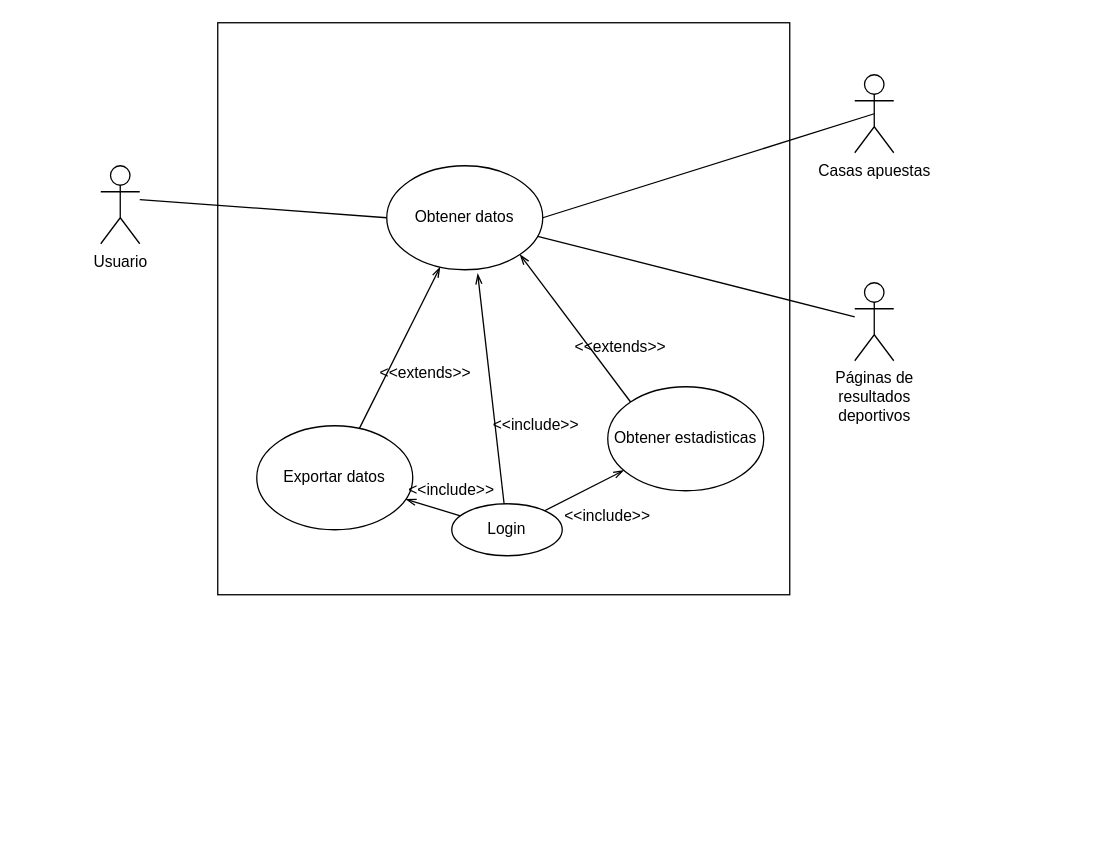
Above: Casos_de_uso.drawio in JCAMRO5/Datos_deportivos (draw.io), before the change. Source tidied: cells renumbered, new cells numbered last; positions are measured from the earlier drawing's top-left corner, leaving out a move shared by most shapes. Both pictures are drawn from the tidied source at 130%, with x=0, y=0 at pixel (100, 22).
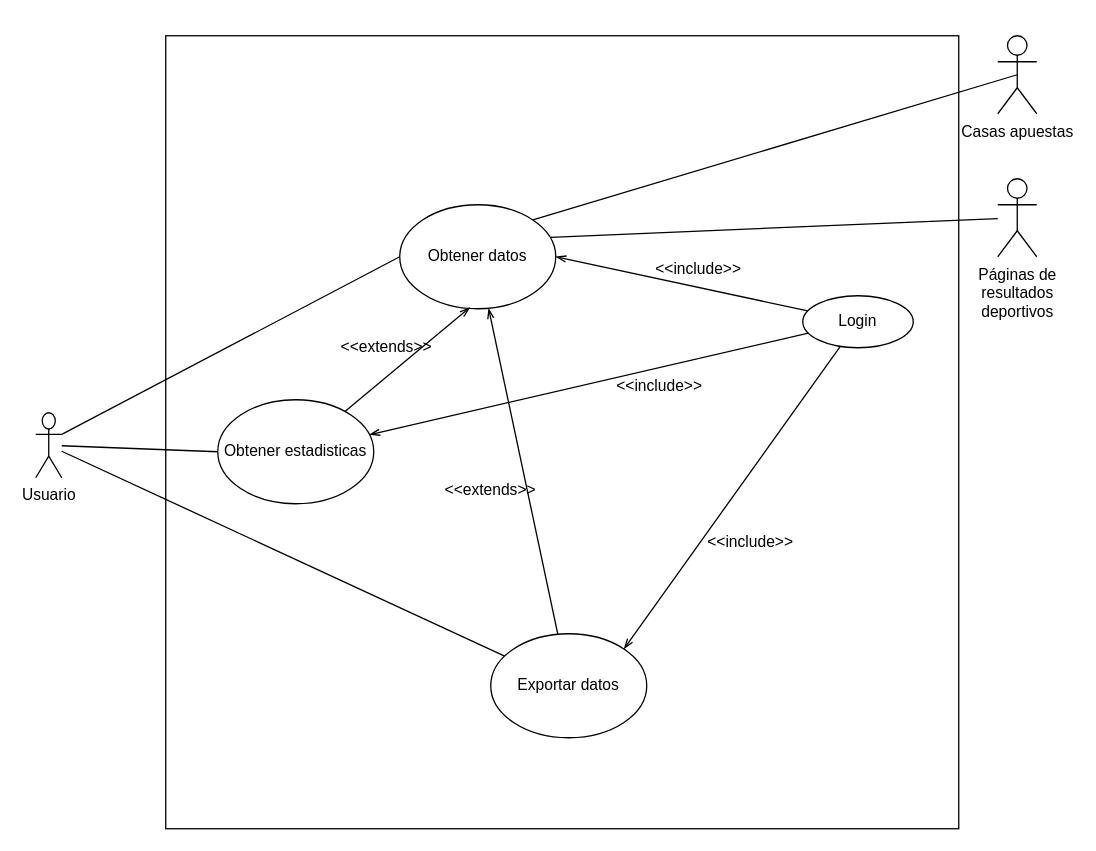
The same page after the edit.

Change to the diagram source:
```diff
@@
     <mxCell id="2" style="whiteSpace=wrap;html=1;fillColor=none;" parent="1" vertex="1">
-      <mxGeometry x="90" width="440" height="440" as="geometry" />
+      <mxGeometry x="50" y="10" width="610" height="610" as="geometry" />
     </mxCell>
-    <mxCell id="3" style="edgeStyle=none;rounded=0;jettySize=auto;html=1;entryX=0;entryY=0.5;entryDx=0;entryDy=0;endArrow=none;endFill=0;" parent="1" edge="1" target="7">
-      <mxGeometry relative="1" as="geometry">
-        <mxPoint x="30" y="136" as="sourcePoint" />
-      </mxGeometry>
+    <mxCell id="3" style="edgeStyle=none;rounded=0;jettySize=auto;html=1;entryX=0;entryY=0.5;entryDx=0;entryDy=0;endArrow=none;endFill=0;exitX=1;exitY=0.3333333333333333;exitDx=0;exitDy=0;exitPerimeter=0;" parent="1" edge="1" source="5" target="7">
+      <mxGeometry relative="1" as="geometry" />
     </mxCell>
@@
+    <mxCell id="23" style="edgeStyle=none;rounded=0;jettySize=auto;html=1;endArrow=none;endFill=0;" parent="1" edge="1" source="5" target="11">
+      <mxGeometry relative="1" as="geometry" />
+    </mxCell>
+    <mxCell id="24" style="edgeStyle=none;rounded=0;jettySize=auto;html=1;endArrow=none;endFill=0;entryX=0;entryY=0.5;entryDx=0;entryDy=0;" parent="1" edge="1" source="5" target="13">
+      <mxGeometry relative="1" as="geometry" />
+    </mxCell>
     <mxCell id="5" value="Usuario" style="shape=umlActor;verticalLabelPosition=bottom;labelBackgroundColor=#ffffff;verticalAlign=top;html=1;outlineConnect=0;" parent="1" vertex="1">
-      <mxGeometry y="110" width="30" height="60" as="geometry" />
+      <mxGeometry x="-50" y="300" width="20" height="50" as="geometry" />
     </mxCell>
-    <mxCell id="6" style="edgeStyle=none;rounded=0;jettySize=auto;html=1;exitX=1;exitY=0.5;exitDx=0;exitDy=0;entryX=0.5;entryY=0.5;entryDx=0;entryDy=0;entryPerimeter=0;endArrow=none;endFill=0;" parent="1" edge="1" source="7" target="8">
+    <mxCell id="6" style="edgeStyle=none;rounded=0;jettySize=auto;html=1;exitX=1;exitY=0;exitDx=0;exitDy=0;entryX=0.5;entryY=0.5;entryDx=0;entryDy=0;entryPerimeter=0;endArrow=none;endFill=0;" parent="1" edge="1" source="7" target="8">
       <mxGeometry relative="1" as="geometry" />
     </mxCell>
     <mxCell id="7" value="Obtener datos" style="ellipse;whiteSpace=wrap;html=1;" parent="1" vertex="1">
-      <mxGeometry x="220" y="110" width="120" height="80" as="geometry" />
+      <mxGeometry x="230" y="140" width="120" height="80" as="geometry" />
     </mxCell>
     <mxCell id="8" value="Casas apuestas" style="shape=umlActor;verticalLabelPosition=bottom;labelBackgroundColor=#ffffff;verticalAlign=top;html=1;outlineConnect=0;" parent="1" vertex="1">
-      <mxGeometry x="580" y="40" width="30" height="60" as="geometry" />
+      <mxGeometry x="690" y="10" width="30" height="60" as="geometry" />
     </mxCell>
-    <mxCell id="9" style="edgeStyle=none;rounded=0;jettySize=auto;html=1;endArrow=none;endFill=0;" parent="1" edge="1" source="10" target="7">
+    <mxCell id="9" style="edgeStyle=none;rounded=0;jettySize=auto;html=1;endArrow=none;endFill=0;entryX=0.967;entryY=0.313;entryDx=0;entryDy=0;entryPerimeter=0;" parent="1" edge="1" source="10" target="7">
       <mxGeometry relative="1" as="geometry" />
     </mxCell>
     <mxCell id="10" value="&lt;div&gt;Páginas de &lt;br&gt;&lt;/div&gt;&lt;div&gt;resultados &lt;br&gt;&lt;/div&gt;&lt;div&gt;deportivos&lt;/div&gt;" style="shape=umlActor;verticalLabelPosition=bottom;labelBackgroundColor=#ffffff;verticalAlign=top;html=1;outlineConnect=0;" parent="1" vertex="1">
-      <mxGeometry x="580" y="200" width="30" height="60" as="geometry" />
+      <mxGeometry x="690" y="120" width="30" height="60" as="geometry" />
     </mxCell>
     <mxCell id="11" value="Exportar datos" style="ellipse;whiteSpace=wrap;html=1;" parent="1" vertex="1">
-      <mxGeometry x="120" y="310" width="120" height="80" as="geometry" />
+      <mxGeometry x="300" y="470" width="120" height="80" as="geometry" />
     </mxCell>
-    <mxCell id="12" style="rounded=0;jettySize=auto;html=1;exitX=0;exitY=0;exitDx=0;exitDy=0;endArrow=openThin;endFill=0;entryX=1;entryY=1;entryDx=0;entryDy=0;" parent="1" edge="1" source="13" target="7">
+    <mxCell id="12" style="rounded=0;jettySize=auto;html=1;endArrow=openThin;endFill=0;entryX=0.45;entryY=0.988;entryDx=0;entryDy=0;entryPerimeter=0;" parent="1" edge="1" source="13" target="7">
       <mxGeometry relative="1" as="geometry" />
     </mxCell>
     <mxCell id="13" value="Obtener estadisticas" style="ellipse;whiteSpace=wrap;html=1;" parent="1" vertex="1">
-      <mxGeometry x="390" y="280" width="120" height="80" as="geometry" />
+      <mxGeometry x="90" y="290" width="120" height="80" as="geometry" />
     </mxCell>
     <mxCell id="14" value="&amp;lt;&amp;lt;extends&amp;gt;&amp;gt;" style="text;html=1;strokeColor=none;fillColor=none;align=center;verticalAlign=middle;whiteSpace=wrap;rounded=0;" parent="1" vertex="1">
-      <mxGeometry x="380" y="240" width="40" height="20" as="geometry" />
+      <mxGeometry x="280" y="350" width="40" height="20" as="geometry" />
     </mxCell>
     <mxCell id="15" value="&amp;lt;&amp;lt;extends&amp;gt;&amp;gt;" style="text;html=1;strokeColor=none;fillColor=none;align=center;verticalAlign=middle;whiteSpace=wrap;rounded=0;" parent="1" vertex="1">
-      <mxGeometry x="230" y="260" width="40" height="20" as="geometry" />
+      <mxGeometry x="200" y="240" width="40" height="20" as="geometry" />
     </mxCell>
-    <mxCell id="16" style="rounded=0;jettySize=auto;html=1;startArrow=none;startFill=0;endArrow=openThin;endFill=0;entryX=0.583;entryY=1.038;entryDx=0;entryDy=0;entryPerimeter=0;" parent="1" edge="1" source="19" target="7">
+    <mxCell id="16" style="rounded=0;jettySize=auto;html=1;startArrow=none;startFill=0;endArrow=openThin;endFill=0;entryX=1;entryY=0.5;entryDx=0;entryDy=0;" parent="1" edge="1" source="19" target="7">
       <mxGeometry relative="1" as="geometry" />
     </mxCell>
-    <mxCell id="17" style="rounded=0;jettySize=auto;html=1;endArrow=openThin;endFill=0;" parent="1" edge="1" source="19" target="11">
-      <mxGeometry relative="1" as="geometry" />
-    </mxCell>
@@
     <mxCell id="19" value="Login" style="ellipse;whiteSpace=wrap;html=1;fillColor=none;" parent="1" vertex="1">
-      <mxGeometry x="270" y="370" width="85" height="40" as="geometry" />
+      <mxGeometry x="540" y="210" width="85" height="40" as="geometry" />
     </mxCell>
     <mxCell id="20" value="&amp;lt;&amp;lt;include&amp;gt;&amp;gt;" style="text;html=1;strokeColor=none;fillColor=none;align=center;verticalAlign=middle;whiteSpace=wrap;rounded=0;" parent="1" vertex="1">
-      <mxGeometry x="315" y="300" width="40" height="20" as="geometry" />
+      <mxGeometry x="440" y="180" width="40" height="20" as="geometry" />
     </mxCell>
+    <mxCell id="22" value="&amp;lt;&amp;lt;include&amp;gt;&amp;gt;" style="text;html=1;strokeColor=none;fillColor=none;align=center;verticalAlign=middle;whiteSpace=wrap;rounded=0;" parent="1" vertex="1">
+      <mxGeometry x="480" y="390" width="40" height="20" as="geometry" />
+    </mxCell>
     <mxCell id="21" value="&amp;lt;&amp;lt;include&amp;gt;&amp;gt;" style="text;html=1;strokeColor=none;fillColor=none;align=center;verticalAlign=middle;whiteSpace=wrap;rounded=0;" parent="1" vertex="1">
-      <mxGeometry x="370" y="370" width="40" height="20" as="geometry" />
+      <mxGeometry x="410" y="270" width="40" height="20" as="geometry" />
     </mxCell>
-    <mxCell id="22" value="&amp;lt;&amp;lt;include&amp;gt;&amp;gt;" style="text;html=1;strokeColor=none;fillColor=none;align=center;verticalAlign=middle;whiteSpace=wrap;rounded=0;" parent="1" vertex="1">
-      <mxGeometry x="250" y="350" width="40" height="20" as="geometry" />
-    </mxCell>
+    <mxCell id="17" style="rounded=0;jettySize=auto;html=1;endArrow=openThin;endFill=0;entryX=1;entryY=0;entryDx=0;entryDy=0;" parent="1" edge="1" source="19" target="11">
+      <mxGeometry relative="1" as="geometry" />
+    </mxCell>
```
